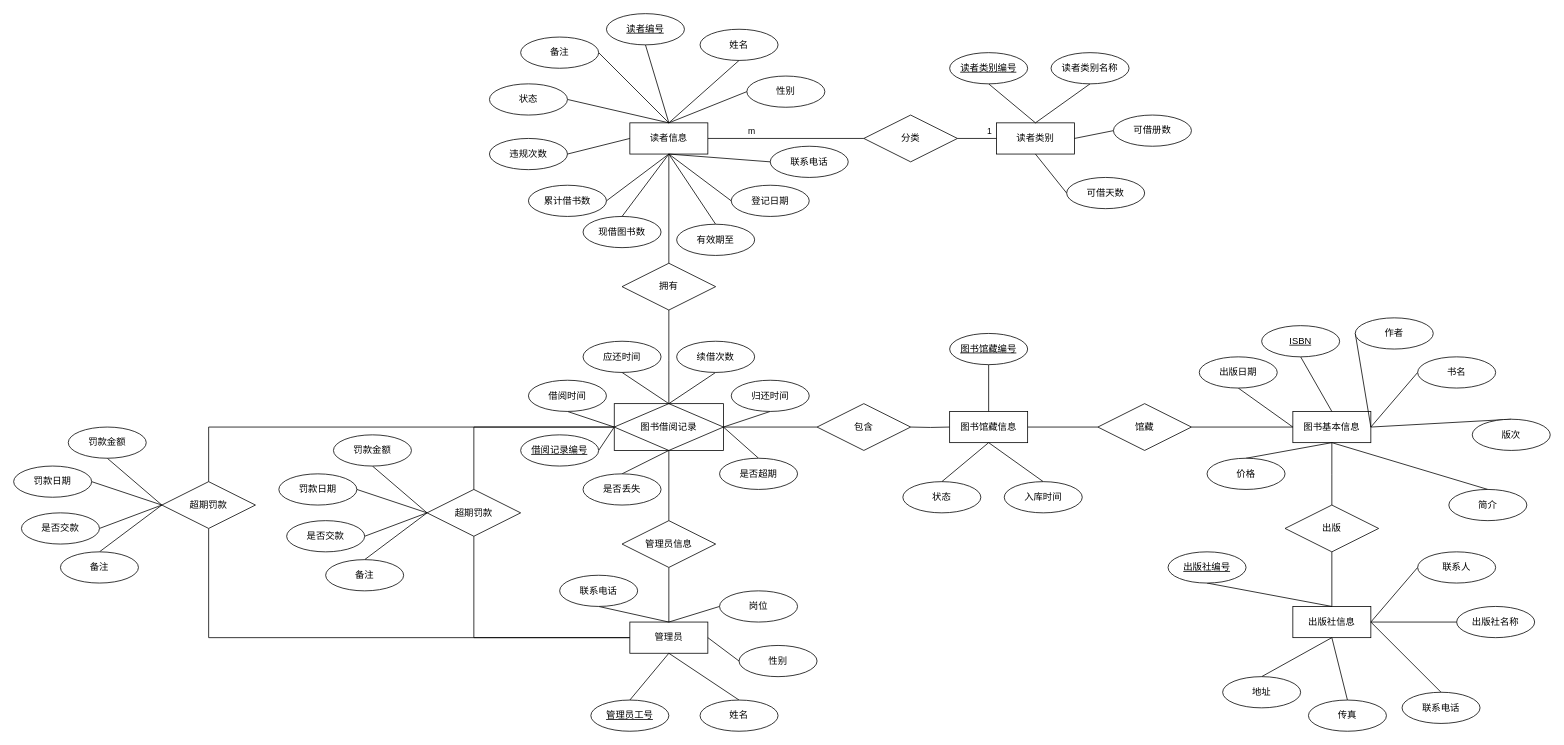
Above: lab10/library_management_system_E-R.drawio in ArronVague/Database-Systems-Laboratory (draw.io), before the change. Source tidied: cells renumbered, new cells numbered last; positions are measured from the earlier drawing's top-left corner, leaving out a move shared by most shapes. Both pictures are drawn from the tidied source at 78%, with x=0, y=0 at pixel (13, 13).
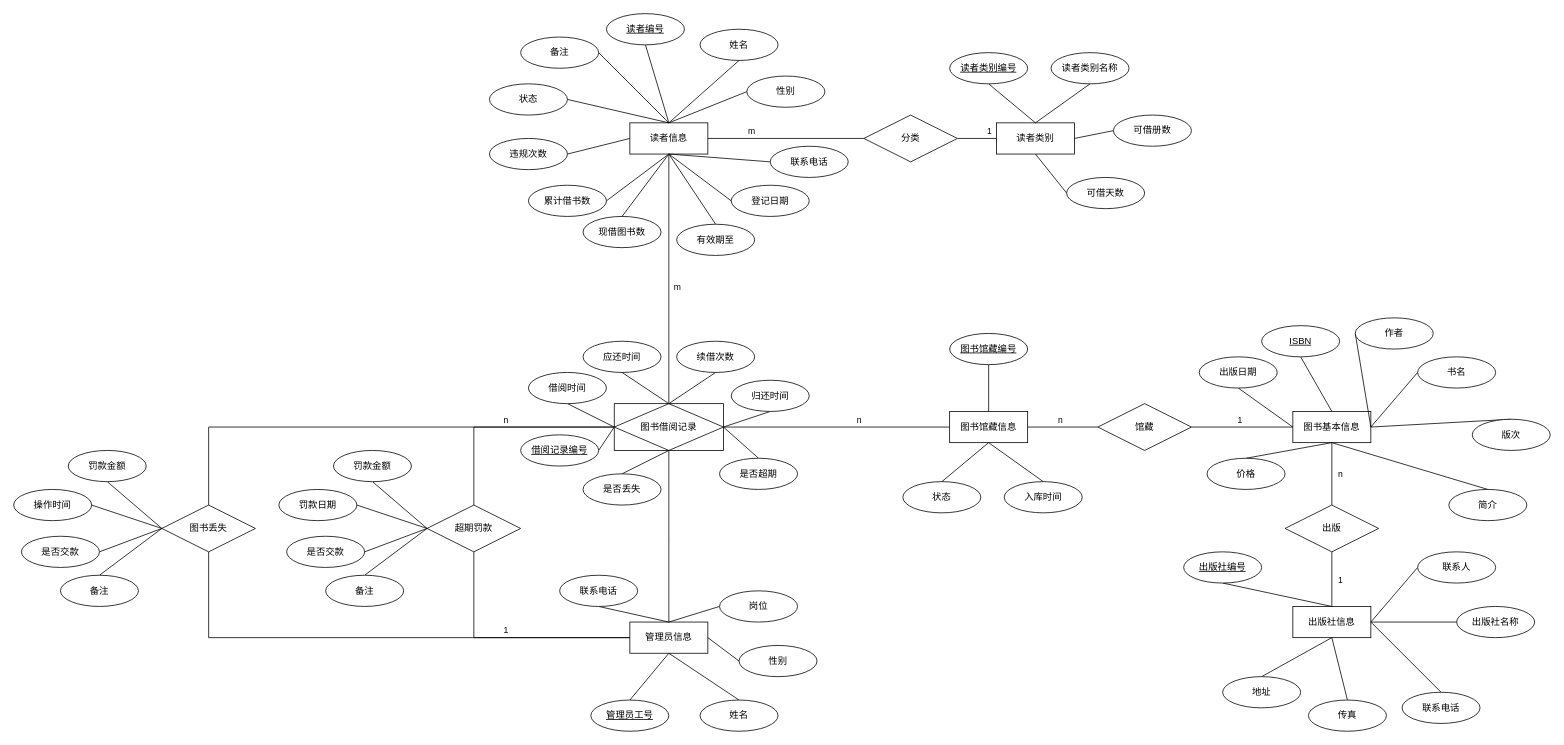
The same diagram, later.

The change refers to these unchanged cells:
```xml
<mxCell id="5" value="读者信息" style="whiteSpace=wrap;html=1;align=center;" parent="1" vertex="1">
  <mxGeometry x="790" y="140" width="100" height="40" as="geometry" />
</mxCell>
<mxCell id="19" style="edgeStyle=orthogonalEdgeStyle;rounded=0;jettySize=auto;html=1;exitX=0.5;exitY=1;exitDx=0;exitDy=0;entryX=0;entryY=0.5;entryDx=0;entryDy=0;endArrow=none;endFill=0;" parent="1" edge="1" source="20" target="9">
  <mxGeometry relative="1" as="geometry" />
</mxCell>
<mxCell id="81" style="edgeStyle=orthogonalEdgeStyle;rounded=0;jettySize=auto;html=1;exitX=1;exitY=0.5;exitDx=0;exitDy=0;entryX=0;entryY=0.5;entryDx=0;entryDy=0;endArrow=none;endFill=0;" parent="1" edge="1" source="82" target="106">
  <mxGeometry relative="1" as="geometry" />
</mxCell>
<mxCell id="82" value="图书馆藏信息" style="whiteSpace=wrap;html=1;align=center;" parent="1" vertex="1">
  <mxGeometry x="1200" y="510" width="100" height="40" as="geometry" />
</mxCell>
<mxCell id="102" style="edgeStyle=orthogonalEdgeStyle;rounded=0;jettySize=auto;html=1;exitX=0.5;exitY=0;exitDx=0;exitDy=0;endArrow=none;endFill=0;" parent="1" edge="1" source="104">
  <mxGeometry relative="1" as="geometry">
    <mxPoint x="1690" y="550" as="targetPoint" />
  </mxGeometry>
</mxCell>
<mxCell id="103" style="edgeStyle=orthogonalEdgeStyle;rounded=0;jettySize=auto;html=1;exitX=0.5;exitY=1;exitDx=0;exitDy=0;entryX=0.5;entryY=0;entryDx=0;entryDy=0;endArrow=none;endFill=0;" parent="1" edge="1" source="104" target="89">
  <mxGeometry relative="1" as="geometry" />
</mxCell>
<mxCell id="105" style="edgeStyle=orthogonalEdgeStyle;rounded=0;jettySize=auto;html=1;exitX=1;exitY=0.5;exitDx=0;exitDy=0;entryX=0;entryY=0.5;entryDx=0;entryDy=0;endArrow=none;endFill=0;" parent="1" edge="1" source="106" target="7">
  <mxGeometry relative="1" as="geometry" />
</mxCell>
<mxCell id="114" style="edgeStyle=orthogonalEdgeStyle;rounded=0;jettySize=auto;html=1;exitX=0;exitY=0.5;exitDx=0;exitDy=0;entryX=0.5;entryY=0;entryDx=0;entryDy=0;endArrow=none;endFill=0;" parent="1" edge="1" source="117" target="128">
  <mxGeometry relative="1" as="geometry" />
</mxCell>
<mxCell id="117" value="图书借阅记录" style="shape=associativeEntity;whiteSpace=wrap;html=1;align=center;" parent="1" vertex="1">
  <mxGeometry x="770" y="500" width="140" height="60" as="geometry" />
</mxCell>
```

What changed in the source:
```diff
@@
-    <mxCell id="2" style="edgeStyle=orthogonalEdgeStyle;rounded=0;jettySize=auto;html=1;exitX=0.5;exitY=1;exitDx=0;exitDy=0;entryX=0.5;entryY=0;entryDx=0;entryDy=0;endArrow=none;endFill=0;" parent="1" edge="1" source="5" target="11">
+    <mxCell id="2" style="edgeStyle=orthogonalEdgeStyle;rounded=0;jettySize=auto;html=1;exitX=0.5;exitY=1;exitDx=0;exitDy=0;entryX=0.5;entryY=0;entryDx=0;entryDy=0;endArrow=none;endFill=0;" parent="1" edge="1" source="5" target="117">
       <mxGeometry relative="1" as="geometry" />
     </mxCell>
+    <mxCell id="137" value="m" style="edgeLabel;html=1;align=center;verticalAlign=middle;" parent="2" vertex="1">
+      <mxGeometry x="0.06" relative="1" as="geometry">
+        <mxPoint x="10" as="offset" />
+      </mxGeometry>
+    </mxCell>
@@
-    <mxCell id="9" value="管理员" style="whiteSpace=wrap;html=1;align=center;" parent="1" vertex="1">
+    <mxCell id="9" value="管理员信息" style="whiteSpace=wrap;html=1;align=center;" parent="1" vertex="1">
       <mxGeometry x="790" y="780" width="100" height="40" as="geometry" />
     </mxCell>
-    <mxCell id="10" style="edgeStyle=orthogonalEdgeStyle;rounded=0;jettySize=auto;html=1;exitX=0.5;exitY=1;exitDx=0;exitDy=0;entryX=0.5;entryY=0;entryDx=0;entryDy=0;endArrow=none;endFill=0;" parent="1" edge="1" source="11">
-      <mxGeometry relative="1" as="geometry">
-        <mxPoint x="840" y="510" as="targetPoint" />
-      </mxGeometry>
-    </mxCell>
-    <mxCell id="11" value="拥有" style="shape=rhombus;perimeter=rhombusPerimeter;whiteSpace=wrap;html=1;align=center;" parent="1" vertex="1">
-      <mxGeometry x="780" y="320" width="120" height="60" as="geometry" />
-    </mxCell>
-    <mxCell id="12" style="edgeStyle=orthogonalEdgeStyle;rounded=0;jettySize=auto;html=1;exitX=0.5;exitY=1;exitDx=0;exitDy=0;entryX=0.5;entryY=0;entryDx=0;entryDy=0;endArrow=none;endFill=0;" parent="1" edge="1" source="13" target="9">
-      <mxGeometry relative="1" as="geometry" />
-    </mxCell>
-    <mxCell id="13" value="管理员信息" style="shape=rhombus;perimeter=rhombusPerimeter;whiteSpace=wrap;html=1;align=center;" parent="1" vertex="1">
-      <mxGeometry x="780" y="650" width="120" height="60" as="geometry" />
-    </mxCell>
-    <mxCell id="14" style="edgeStyle=orthogonalEdgeStyle;rounded=0;jettySize=auto;html=1;exitX=1;exitY=0.5;exitDx=0;exitDy=0;entryX=0;entryY=0.5;entryDx=0;entryDy=0;endArrow=none;endFill=0;" parent="1" edge="1" target="82">
-      <mxGeometry relative="1" as="geometry">
-        <mxPoint x="1150" y="530" as="sourcePoint" />
-      </mxGeometry>
-    </mxCell>
-    <mxCell id="15" value="包含" style="shape=rhombus;perimeter=rhombusPerimeter;whiteSpace=wrap;html=1;align=center;" parent="1" vertex="1">
-      <mxGeometry x="1030" y="500" width="120" height="60" as="geometry" />
-    </mxCell>
@@
+    <mxCell id="138" value="1" style="edgeLabel;html=1;align=center;verticalAlign=middle;" parent="19" vertex="1">
+      <mxGeometry x="0.9" y="2" relative="1" as="geometry">
+        <mxPoint x="-145" y="-8" as="offset" />
+      </mxGeometry>
+    </mxCell>
     <mxCell id="20" value="超期罚款" style="shape=rhombus;perimeter=rhombusPerimeter;whiteSpace=wrap;html=1;align=center;" parent="1" vertex="1">
-      <mxGeometry x="530" y="610" width="120" height="60" as="geometry" />
+      <mxGeometry x="530" y="630" width="120" height="60" as="geometry" />
     </mxCell>
@@
     <mxCell id="50" value="借阅时间" style="ellipse;whiteSpace=wrap;html=1;align=center;" parent="1" vertex="1">
-      <mxGeometry x="660" y="470" width="100" height="40" as="geometry" />
+      <mxGeometry x="660" y="460" width="100" height="40" as="geometry" />
     </mxCell>
@@
     <mxCell id="56" value="罚款日期" style="ellipse;whiteSpace=wrap;html=1;align=center;" parent="1" vertex="1">
-      <mxGeometry x="340" y="590" width="100" height="40" as="geometry" />
+      <mxGeometry x="340" y="610" width="100" height="40" as="geometry" />
     </mxCell>
@@
     <mxCell id="58" value="罚款金额" style="ellipse;whiteSpace=wrap;html=1;align=center;" parent="1" vertex="1">
-      <mxGeometry x="410" y="540" width="100" height="40" as="geometry" />
+      <mxGeometry x="410" y="560" width="100" height="40" as="geometry" />
     </mxCell>
@@
+    <mxCell id="139" value="n" style="edgeLabel;html=1;align=center;verticalAlign=middle;" parent="81" vertex="1">
+      <mxGeometry x="0.1" y="2" relative="1" as="geometry">
+        <mxPoint x="-9" y="-8" as="offset" />
+      </mxGeometry>
+    </mxCell>
@@
     <mxCell id="91" value="出版社编号" style="ellipse;whiteSpace=wrap;html=1;align=center;fontStyle=4;" parent="1" vertex="1">
-      <mxGeometry x="1480" y="690" width="100" height="40" as="geometry" />
+      <mxGeometry x="1500" y="690" width="100" height="40" as="geometry" />
     </mxCell>
@@
+    <mxCell id="140" value="n" style="edgeLabel;html=1;align=center;verticalAlign=middle;" parent="102" vertex="1">
+      <mxGeometry x="0.04" y="-1" relative="1" as="geometry">
+        <mxPoint x="9" y="2" as="offset" />
+      </mxGeometry>
+    </mxCell>
@@
+    <mxCell id="141" value="1" style="edgeLabel;html=1;align=center;verticalAlign=middle;" parent="103" vertex="1">
+      <mxGeometry x="0.03" y="1" relative="1" as="geometry">
+        <mxPoint x="9" as="offset" />
+      </mxGeometry>
+    </mxCell>
@@
+    <mxCell id="142" value="1" style="edgeLabel;html=1;align=center;verticalAlign=middle;" parent="105" vertex="1">
+      <mxGeometry x="-0.13" y="1" relative="1" as="geometry">
+        <mxPoint x="4" y="-9" as="offset" />
+      </mxGeometry>
+    </mxCell>
@@
+    <mxCell id="143" value="n" style="edgeLabel;html=1;align=center;verticalAlign=middle;" parent="114" vertex="1">
+      <mxGeometry x="-0.83" relative="1" as="geometry">
+        <mxPoint x="-87" y="-10" as="offset" />
+      </mxGeometry>
+    </mxCell>
-    <mxCell id="115" style="edgeStyle=orthogonalEdgeStyle;rounded=0;jettySize=auto;html=1;exitX=0.5;exitY=1;exitDx=0;exitDy=0;entryX=0.5;entryY=0;entryDx=0;entryDy=0;endArrow=none;endFill=0;" parent="1" edge="1" source="117" target="13">
-      <mxGeometry relative="1" as="geometry" />
+    <mxCell id="115" style="edgeStyle=orthogonalEdgeStyle;rounded=0;jettySize=auto;html=1;exitX=0.5;exitY=1;exitDx=0;exitDy=0;endArrow=none;endFill=0;" parent="1" edge="1" source="117">
+      <mxGeometry relative="1" as="geometry">
+        <mxPoint x="840" y="780" as="targetPoint" />
+      </mxGeometry>
     </mxCell>
-    <mxCell id="116" style="edgeStyle=orthogonalEdgeStyle;rounded=0;jettySize=auto;html=1;exitX=1;exitY=0.5;exitDx=0;exitDy=0;entryX=0;entryY=0.5;entryDx=0;entryDy=0;endArrow=none;endFill=0;" parent="1" edge="1" source="117" target="15">
+    <mxCell id="116" style="edgeStyle=orthogonalEdgeStyle;rounded=0;jettySize=auto;html=1;exitX=1;exitY=0.5;exitDx=0;exitDy=0;entryX=0;entryY=0.5;entryDx=0;entryDy=0;endArrow=none;endFill=0;" parent="1" edge="1" source="117" target="82">
       <mxGeometry relative="1" as="geometry" />
     </mxCell>
+    <mxCell id="144" value="n" style="edgeLabel;html=1;align=center;verticalAlign=middle;" parent="116" vertex="1">
+      <mxGeometry x="0.19" relative="1" as="geometry">
+        <mxPoint y="-10" as="offset" />
+      </mxGeometry>
+    </mxCell>
@@
     <mxCell id="125" value="是否交款" style="ellipse;whiteSpace=wrap;html=1;align=center;" parent="1" vertex="1">
-      <mxGeometry x="350" y="650" width="100" height="40" as="geometry" />
+      <mxGeometry x="350" y="670" width="100" height="40" as="geometry" />
     </mxCell>
     <mxCell id="126" style="rounded=0;jettySize=auto;html=1;exitX=0.5;exitY=0;exitDx=0;exitDy=0;endArrow=none;endFill=0;" parent="1" edge="1" source="127">
       <mxGeometry relative="1" as="geometry">
-        <mxPoint x="530" y="640" as="targetPoint" />
+        <mxPoint x="530" y="660" as="targetPoint" />
       </mxGeometry>
     </mxCell>
     <mxCell id="127" value="备注" style="ellipse;whiteSpace=wrap;html=1;align=center;" parent="1" vertex="1">
-      <mxGeometry x="400" y="700" width="100" height="40" as="geometry" />
+      <mxGeometry x="400" y="720" width="100" height="40" as="geometry" />
     </mxCell>
-    <mxCell id="128" value="超期罚款" style="shape=rhombus;perimeter=rhombusPerimeter;whiteSpace=wrap;html=1;align=center;" parent="1" vertex="1">
-      <mxGeometry x="190" y="600" width="120" height="60" as="geometry" />
+    <mxCell id="128" value="图书丢失" style="shape=rhombus;perimeter=rhombusPerimeter;whiteSpace=wrap;html=1;align=center;" parent="1" vertex="1">
+      <mxGeometry x="190" y="630" width="120" height="60" as="geometry" />
     </mxCell>
@@
-    <mxCell id="130" value="罚款日期" style="ellipse;whiteSpace=wrap;html=1;align=center;" parent="1" vertex="1">
-      <mxGeometry y="580" width="100" height="40" as="geometry" />
+    <mxCell id="130" value="操作时间" style="ellipse;whiteSpace=wrap;html=1;align=center;" parent="1" vertex="1">
+      <mxGeometry y="610" width="100" height="40" as="geometry" />
     </mxCell>
@@
     <mxCell id="132" value="罚款金额" style="ellipse;whiteSpace=wrap;html=1;align=center;" parent="1" vertex="1">
-      <mxGeometry x="70" y="530" width="100" height="40" as="geometry" />
+      <mxGeometry x="70" y="560" width="100" height="40" as="geometry" />
     </mxCell>
@@
     <mxCell id="134" value="是否交款" style="ellipse;whiteSpace=wrap;html=1;align=center;" parent="1" vertex="1">
-      <mxGeometry x="10" y="640" width="100" height="40" as="geometry" />
+      <mxGeometry x="10" y="670" width="100" height="40" as="geometry" />
     </mxCell>
     <mxCell id="135" style="rounded=0;jettySize=auto;html=1;exitX=0.5;exitY=0;exitDx=0;exitDy=0;endArrow=none;endFill=0;" parent="1" edge="1" source="136">
       <mxGeometry relative="1" as="geometry">
-        <mxPoint x="190" y="630" as="targetPoint" />
+        <mxPoint x="190" y="660" as="targetPoint" />
       </mxGeometry>
     </mxCell>
     <mxCell id="136" value="备注" style="ellipse;whiteSpace=wrap;html=1;align=center;" parent="1" vertex="1">
-      <mxGeometry x="60" y="690" width="100" height="40" as="geometry" />
+      <mxGeometry x="60" y="720" width="100" height="40" as="geometry" />
     </mxCell>
```
